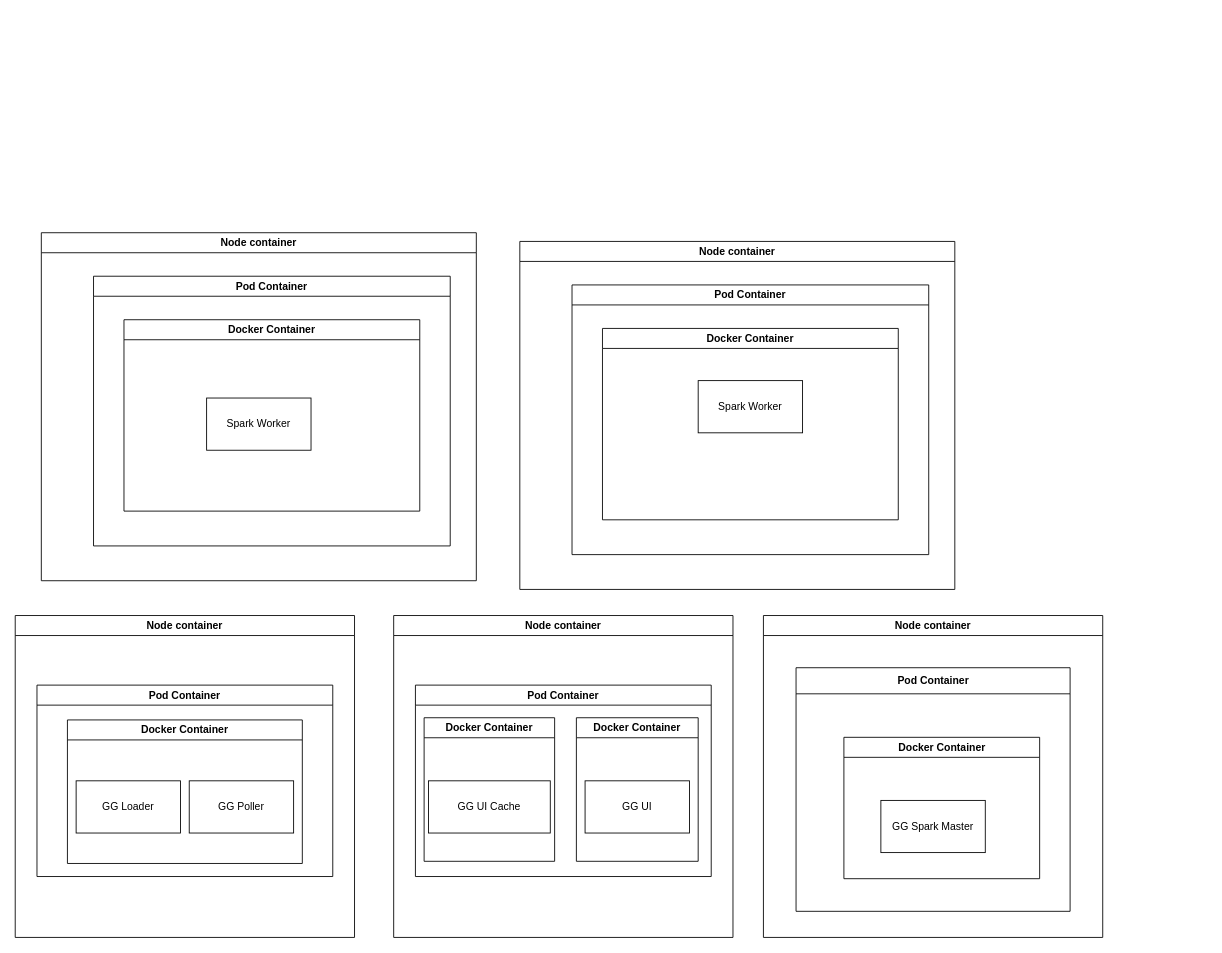
Yodafon/GeocacheGrouping keeps this draw.io diagram as Architecture.drawio. Above is the earlier version. Source tidied: cells renumbered, new cells numbered last; positions are measured from the earlier drawing's top-left corner, leaving out a move shared by most shapes. Both pictures are drawn from the tidied source at 87%, with x=0, y=0 at pixel (15, 232).
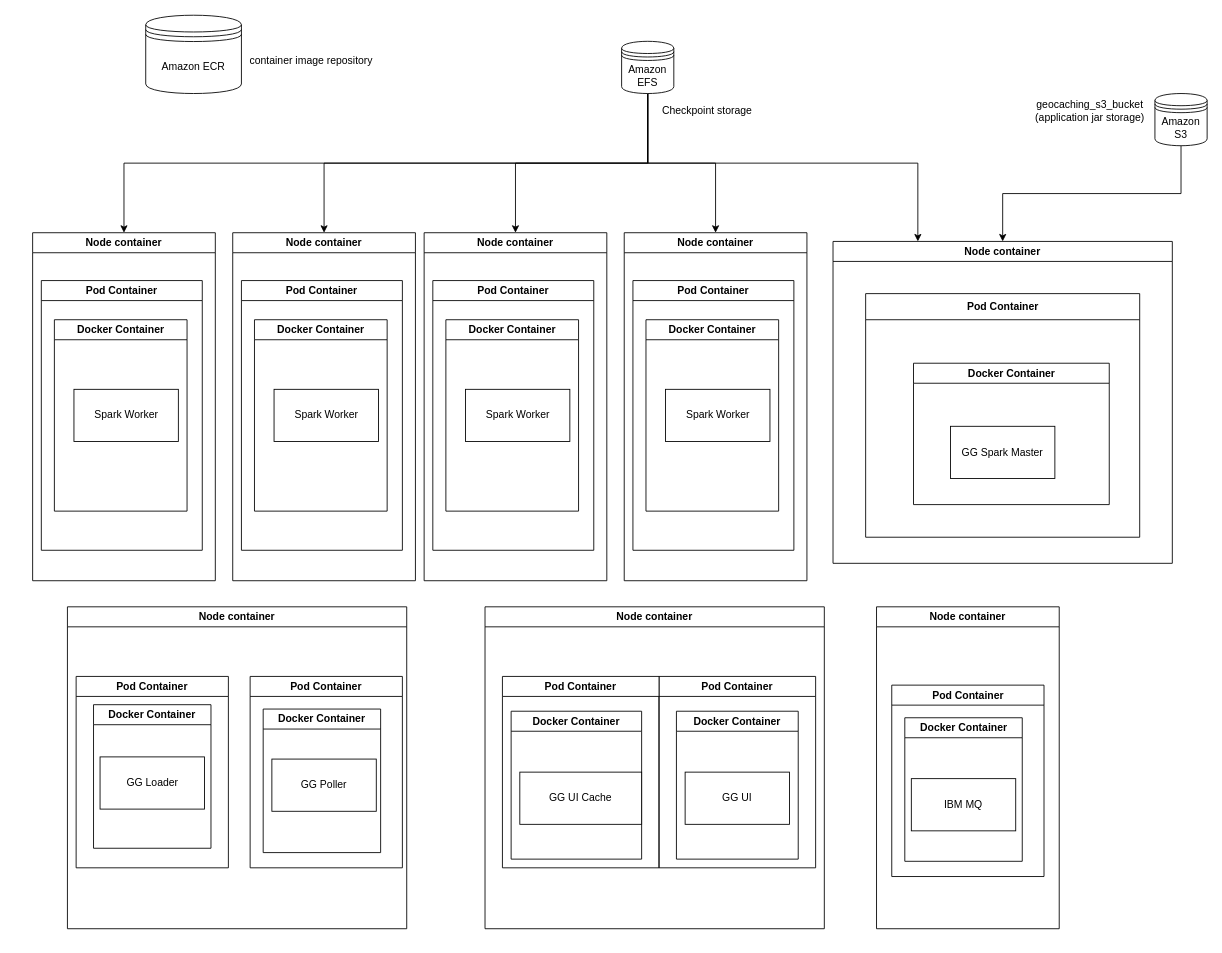
After the change.

Commit message (it also covers changes not shown here):
Update architecture and Kubernetes architecture diagrams

Diff of the diagram source:
```diff
@@
     <mxCell id="2" value="Node container" style="swimlane;whiteSpace=wrap;html=1;" parent="1" vertex="1">
-      <mxGeometry y="440" width="390" height="370" as="geometry" />
+      <mxGeometry x="60" y="430" width="390" height="370" as="geometry" />
     </mxCell>
     <mxCell id="3" value="Pod Container" style="swimlane;whiteSpace=wrap;html=1;" parent="2" vertex="1">
-      <mxGeometry x="25" y="80" width="340" height="220" as="geometry" />
+      <mxGeometry x="210" y="80" width="175" height="220" as="geometry" />
     </mxCell>
     <mxCell id="4" value="Docker&amp;nbsp;Container" style="swimlane;whiteSpace=wrap;html=1;" parent="3" vertex="1">
-      <mxGeometry x="35" y="40" width="270" height="165" as="geometry" />
+      <mxGeometry x="15" y="37.5" width="135" height="165" as="geometry" />
     </mxCell>
+    <mxCell id="6" value="GG Poller" style="rounded=0;whiteSpace=wrap;html=1;" parent="4" vertex="1">
+      <mxGeometry x="10" y="57.5" width="120" height="60" as="geometry" />
+    </mxCell>
+    <mxCell id="25" value="Pod Container" style="swimlane;whiteSpace=wrap;html=1;" parent="2" vertex="1">
+      <mxGeometry x="10" y="80" width="175" height="220" as="geometry" />
+    </mxCell>
+    <mxCell id="26" value="Docker&amp;nbsp;Container" style="swimlane;whiteSpace=wrap;html=1;" parent="25" vertex="1">
+      <mxGeometry x="20" y="32.5" width="135" height="165" as="geometry" />
+    </mxCell>
-    <mxCell id="5" value="GG Loader" style="rounded=0;whiteSpace=wrap;html=1;" parent="4" vertex="1">
-      <mxGeometry x="10" y="70" width="120" height="60" as="geometry" />
+    <mxCell id="5" value="GG Loader" style="rounded=0;whiteSpace=wrap;html=1;" parent="26" vertex="1">
+      <mxGeometry x="7.5" y="60" width="120" height="60" as="geometry" />
     </mxCell>
-    <mxCell id="6" value="GG Poller" style="rounded=0;whiteSpace=wrap;html=1;" parent="4" vertex="1">
-      <mxGeometry x="140" y="70" width="120" height="60" as="geometry" />
-    </mxCell>
-    <mxCell id="7" value="Node container" style="swimlane;whiteSpace=wrap;html=1;" parent="1" vertex="1">
-      <mxGeometry x="435" y="440" width="390" height="370" as="geometry" />
-    </mxCell>
-    <mxCell id="8" value="Pod Container" style="swimlane;whiteSpace=wrap;html=1;" parent="7" vertex="1">
-      <mxGeometry x="25" y="80" width="340" height="220" as="geometry" />
-    </mxCell>
-    <mxCell id="9" value="Docker&amp;nbsp;Container" style="swimlane;whiteSpace=wrap;html=1;startSize=23;" parent="8" vertex="1">
-      <mxGeometry x="10" y="37.5" width="150" height="165" as="geometry" />
-    </mxCell>
-    <mxCell id="10" value="GG UI Cache" style="rounded=0;whiteSpace=wrap;html=1;" parent="9" vertex="1">
-      <mxGeometry x="5" y="72.5" width="140" height="60" as="geometry" />
-    </mxCell>
-    <mxCell id="11" value="Docker&amp;nbsp;Container" style="swimlane;whiteSpace=wrap;html=1;" parent="8" vertex="1">
-      <mxGeometry x="185" y="37.5" width="140" height="165" as="geometry" />
-    </mxCell>
-    <mxCell id="12" value="GG UI" style="rounded=0;whiteSpace=wrap;html=1;" parent="11" vertex="1">
-      <mxGeometry x="10" y="72.5" width="120" height="60" as="geometry" />
-    </mxCell>
     <mxCell id="13" value="Node container" style="swimlane;whiteSpace=wrap;html=1;" parent="1" vertex="1">
-      <mxGeometry x="860" y="440" width="390" height="370" as="geometry" />
+      <mxGeometry x="940" y="10" width="390" height="370" as="geometry" />
     </mxCell>
@@
     <mxCell id="17" value="Node container" style="swimlane;whiteSpace=wrap;html=1;" parent="1" vertex="1">
-      <mxGeometry x="30" width="500" height="400" as="geometry" />
+      <mxGeometry x="20" width="210" height="400" as="geometry" />
     </mxCell>
     <mxCell id="18" value="Pod Container" style="swimlane;whiteSpace=wrap;html=1;" parent="17" vertex="1">
-      <mxGeometry x="60" y="50" width="410" height="310" as="geometry" />
+      <mxGeometry x="10" y="55" width="185" height="310" as="geometry" />
     </mxCell>
     <mxCell id="19" value="Docker Container" style="swimlane;whiteSpace=wrap;html=1;" parent="18" vertex="1">
-      <mxGeometry x="35" y="50" width="340" height="220" as="geometry" />
+      <mxGeometry x="15" y="45" width="152.5" height="220" as="geometry" />
     </mxCell>
     <mxCell id="20" value="Spark Worker" style="rounded=0;whiteSpace=wrap;html=1;" parent="19" vertex="1">
-      <mxGeometry x="95" y="90" width="120" height="60" as="geometry" />
+      <mxGeometry x="22.5" y="80" width="120" height="60" as="geometry" />
     </mxCell>
-    <mxCell id="21" value="Node container" style="swimlane;whiteSpace=wrap;html=1;" parent="1" vertex="1">
-      <mxGeometry x="580" y="10" width="500" height="400" as="geometry" />
-    </mxCell>
-    <mxCell id="22" value="Pod Container" style="swimlane;whiteSpace=wrap;html=1;" parent="21" vertex="1">
-      <mxGeometry x="60" y="50" width="410" height="310" as="geometry" />
-    </mxCell>
-    <mxCell id="23" value="Docker Container" style="swimlane;whiteSpace=wrap;html=1;" parent="22" vertex="1">
-      <mxGeometry x="35" y="50" width="340" height="220" as="geometry" />
-    </mxCell>
-    <mxCell id="24" value="Spark Worker" style="rounded=0;whiteSpace=wrap;html=1;" parent="23" vertex="1">
-      <mxGeometry x="110" y="60" width="120" height="60" as="geometry" />
-    </mxCell>
+    <mxCell id="27" style="edgeStyle=orthogonalEdgeStyle;rounded=0;jettySize=auto;html=1;exitX=0.5;exitY=1;exitDx=0;exitDy=0;" parent="1" edge="1" source="28" target="13">
+      <mxGeometry relative="1" as="geometry" />
+    </mxCell>
+    <mxCell id="28" value="Amazon&lt;br&gt;S3" style="shape=datastore;whiteSpace=wrap;html=1;" parent="1" vertex="1">
+      <mxGeometry x="1310" y="-160" width="60" height="60" as="geometry" />
+    </mxCell>
+    <mxCell id="29" value="geocaching_s3_bucket&lt;br&gt;(application jar storage)" style="text;html=1;align=center;verticalAlign=middle;strokeColor=none;fillColor=none;" parent="1" vertex="1">
+      <mxGeometry x="1160" y="-160" width="150" height="40" as="geometry" />
+    </mxCell>
+    <mxCell id="7" value="Node container" style="swimlane;whiteSpace=wrap;html=1;" parent="1" vertex="1">
+      <mxGeometry x="540" y="430" width="390" height="370" as="geometry" />
+    </mxCell>
+    <mxCell id="8" value="Pod Container" style="swimlane;whiteSpace=wrap;html=1;" parent="7" vertex="1">
+      <mxGeometry x="200" y="80" width="180" height="220" as="geometry" />
+    </mxCell>
+    <mxCell id="11" value="Docker&amp;nbsp;Container" style="swimlane;whiteSpace=wrap;html=1;" parent="8" vertex="1">
+      <mxGeometry x="20" y="40" width="140" height="170" as="geometry" />
+    </mxCell>
+    <mxCell id="12" value="GG UI" style="rounded=0;whiteSpace=wrap;html=1;" parent="11" vertex="1">
+      <mxGeometry x="10" y="70" width="120" height="60" as="geometry" />
+    </mxCell>
+    <mxCell id="30" value="Pod Container" style="swimlane;whiteSpace=wrap;html=1;" parent="7" vertex="1">
+      <mxGeometry x="20" y="80" width="180" height="220" as="geometry" />
+    </mxCell>
+    <mxCell id="9" value="Docker&amp;nbsp;Container" style="swimlane;whiteSpace=wrap;html=1;startSize=23;" parent="30" vertex="1">
+      <mxGeometry x="10" y="40" width="150" height="170" as="geometry" />
+    </mxCell>
+    <mxCell id="10" value="GG UI Cache" style="rounded=0;whiteSpace=wrap;html=1;" parent="9" vertex="1">
+      <mxGeometry x="10" y="70" width="140" height="60" as="geometry" />
+    </mxCell>
+    <mxCell id="31" value="Node container" style="swimlane;whiteSpace=wrap;html=1;" parent="1" vertex="1">
+      <mxGeometry x="250" width="210" height="400" as="geometry" />
+    </mxCell>
+    <mxCell id="32" value="Pod Container" style="swimlane;whiteSpace=wrap;html=1;" parent="31" vertex="1">
+      <mxGeometry x="10" y="55" width="185" height="310" as="geometry" />
+    </mxCell>
+    <mxCell id="33" value="Docker Container" style="swimlane;whiteSpace=wrap;html=1;" parent="32" vertex="1">
+      <mxGeometry x="15" y="45" width="152.5" height="220" as="geometry" />
+    </mxCell>
+    <mxCell id="34" value="Spark Worker" style="rounded=0;whiteSpace=wrap;html=1;" parent="33" vertex="1">
+      <mxGeometry x="22.5" y="80" width="120" height="60" as="geometry" />
+    </mxCell>
+    <mxCell id="35" value="Node container" style="swimlane;whiteSpace=wrap;html=1;" parent="1" vertex="1">
+      <mxGeometry x="470" width="210" height="400" as="geometry" />
+    </mxCell>
+    <mxCell id="36" value="Pod Container" style="swimlane;whiteSpace=wrap;html=1;" parent="35" vertex="1">
+      <mxGeometry x="10" y="55" width="185" height="310" as="geometry" />
+    </mxCell>
+    <mxCell id="37" value="Docker Container" style="swimlane;whiteSpace=wrap;html=1;" parent="36" vertex="1">
+      <mxGeometry x="15" y="45" width="152.5" height="220" as="geometry" />
+    </mxCell>
+    <mxCell id="38" value="Spark Worker" style="rounded=0;whiteSpace=wrap;html=1;" parent="37" vertex="1">
+      <mxGeometry x="22.5" y="80" width="120" height="60" as="geometry" />
+    </mxCell>
+    <mxCell id="39" value="Node container" style="swimlane;whiteSpace=wrap;html=1;" parent="1" vertex="1">
+      <mxGeometry x="700" width="210" height="400" as="geometry" />
+    </mxCell>
+    <mxCell id="40" value="Pod Container" style="swimlane;whiteSpace=wrap;html=1;" parent="39" vertex="1">
+      <mxGeometry x="10" y="55" width="185" height="310" as="geometry" />
+    </mxCell>
+    <mxCell id="41" value="Docker Container" style="swimlane;whiteSpace=wrap;html=1;" parent="40" vertex="1">
+      <mxGeometry x="15" y="45" width="152.5" height="220" as="geometry" />
+    </mxCell>
+    <mxCell id="42" value="Spark Worker" style="rounded=0;whiteSpace=wrap;html=1;" parent="41" vertex="1">
+      <mxGeometry x="22.5" y="80" width="120" height="60" as="geometry" />
+    </mxCell>
+    <mxCell id="43" value="Amazon ECR" style="shape=datastore;whiteSpace=wrap;html=1;" parent="1" vertex="1">
+      <mxGeometry x="150" y="-250" width="110" height="90" as="geometry" />
+    </mxCell>
+    <mxCell id="44" value="container image repository&lt;br&gt;" style="text;html=1;align=center;verticalAlign=middle;strokeColor=none;fillColor=none;" parent="1" vertex="1">
+      <mxGeometry x="260" y="-212" width="160" height="30" as="geometry" />
+    </mxCell>
+    <mxCell id="45" value="Node container" style="swimlane;whiteSpace=wrap;html=1;" parent="1" vertex="1">
+      <mxGeometry x="990" y="430" width="210" height="370" as="geometry" />
+    </mxCell>
+    <mxCell id="46" value="Pod Container" style="swimlane;whiteSpace=wrap;html=1;" parent="45" vertex="1">
+      <mxGeometry x="17.5" y="90" width="175" height="220" as="geometry" />
+    </mxCell>
+    <mxCell id="47" value="Docker&amp;nbsp;Container" style="swimlane;whiteSpace=wrap;html=1;" parent="46" vertex="1">
+      <mxGeometry x="15" y="37.5" width="135" height="165" as="geometry" />
+    </mxCell>
+    <mxCell id="48" value="IBM MQ" style="rounded=0;whiteSpace=wrap;html=1;" parent="47" vertex="1">
+      <mxGeometry x="7.5" y="70" width="120" height="60" as="geometry" />
+    </mxCell>
+    <mxCell id="49" style="edgeStyle=orthogonalEdgeStyle;rounded=0;jettySize=auto;html=1;exitX=0.5;exitY=1;exitDx=0;exitDy=0;" parent="1" edge="1" source="54" target="17">
+      <mxGeometry relative="1" as="geometry" />
+    </mxCell>
+    <mxCell id="50" style="edgeStyle=orthogonalEdgeStyle;rounded=0;jettySize=auto;html=1;exitX=0.5;exitY=1;exitDx=0;exitDy=0;" parent="1" edge="1" source="54" target="31">
+      <mxGeometry relative="1" as="geometry" />
+    </mxCell>
+    <mxCell id="51" style="edgeStyle=orthogonalEdgeStyle;rounded=0;jettySize=auto;html=1;exitX=0.5;exitY=1;exitDx=0;exitDy=0;" parent="1" edge="1" source="54" target="35">
+      <mxGeometry relative="1" as="geometry" />
+    </mxCell>
+    <mxCell id="52" style="edgeStyle=orthogonalEdgeStyle;rounded=0;jettySize=auto;html=1;exitX=0.5;exitY=1;exitDx=0;exitDy=0;entryX=0.5;entryY=0;entryDx=0;entryDy=0;" parent="1" edge="1" source="54" target="39">
+      <mxGeometry relative="1" as="geometry" />
+    </mxCell>
+    <mxCell id="53" style="edgeStyle=orthogonalEdgeStyle;rounded=0;jettySize=auto;html=1;exitX=0.5;exitY=1;exitDx=0;exitDy=0;entryX=0.25;entryY=0;entryDx=0;entryDy=0;" parent="1" edge="1" source="54" target="13">
+      <mxGeometry relative="1" as="geometry">
+        <Array as="points">
+          <mxPoint x="727" y="-80" />
+          <mxPoint x="1038" y="-80" />
+        </Array>
+      </mxGeometry>
+    </mxCell>
+    <mxCell id="54" value="Amazon&lt;br&gt;EFS" style="shape=datastore;whiteSpace=wrap;html=1;" parent="1" vertex="1">
+      <mxGeometry x="697" y="-220" width="60" height="60" as="geometry" />
+    </mxCell>
+    <mxCell id="55" value="Checkpoint storage&lt;br&gt;" style="text;html=1;align=center;verticalAlign=middle;strokeColor=none;fillColor=none;" parent="1" vertex="1">
+      <mxGeometry x="730" y="-155" width="130" height="30" as="geometry" />
+    </mxCell>
```
